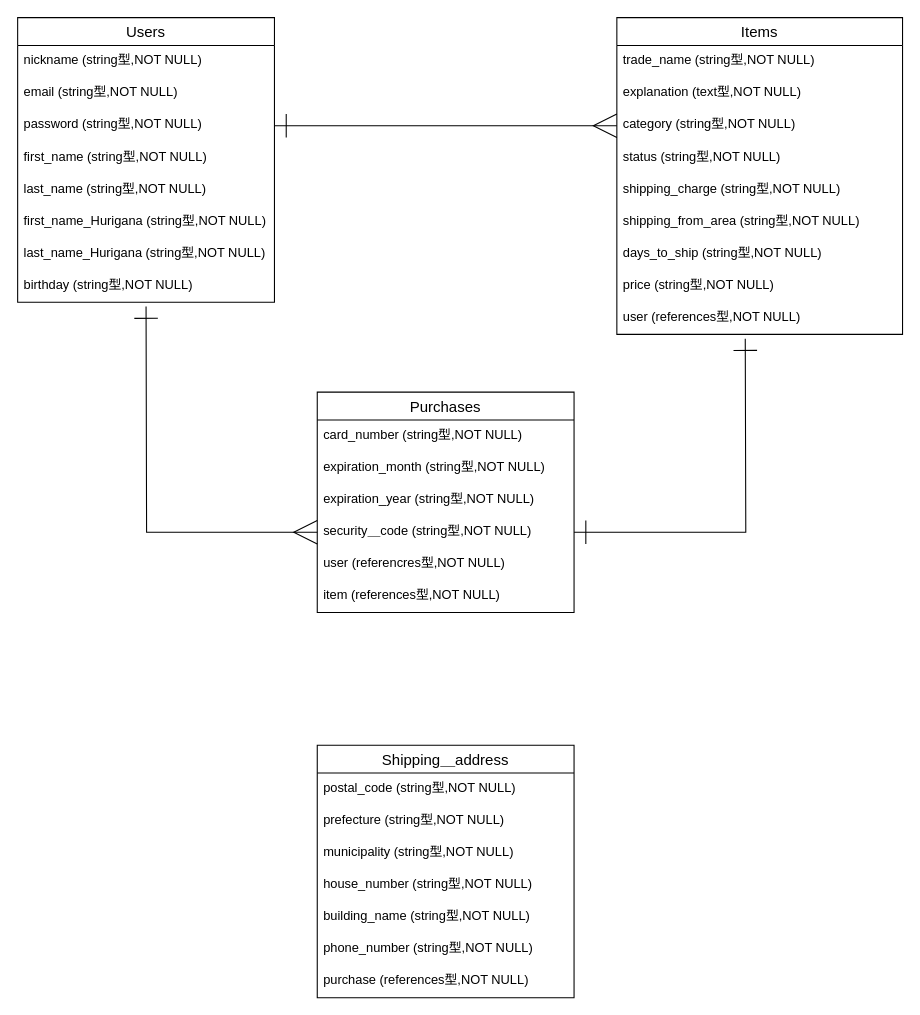
This is ER.dio from MN0607/furima-35359, a draw.io file, before an edit. Source tidied: cells renumbered, new cells numbered last; positions are measured from the earlier drawing's top-left corner, leaving out a move shared by most shapes. Both pictures are drawn from the tidied source at 107%, with x=0, y=0 at pixel (17, 17).
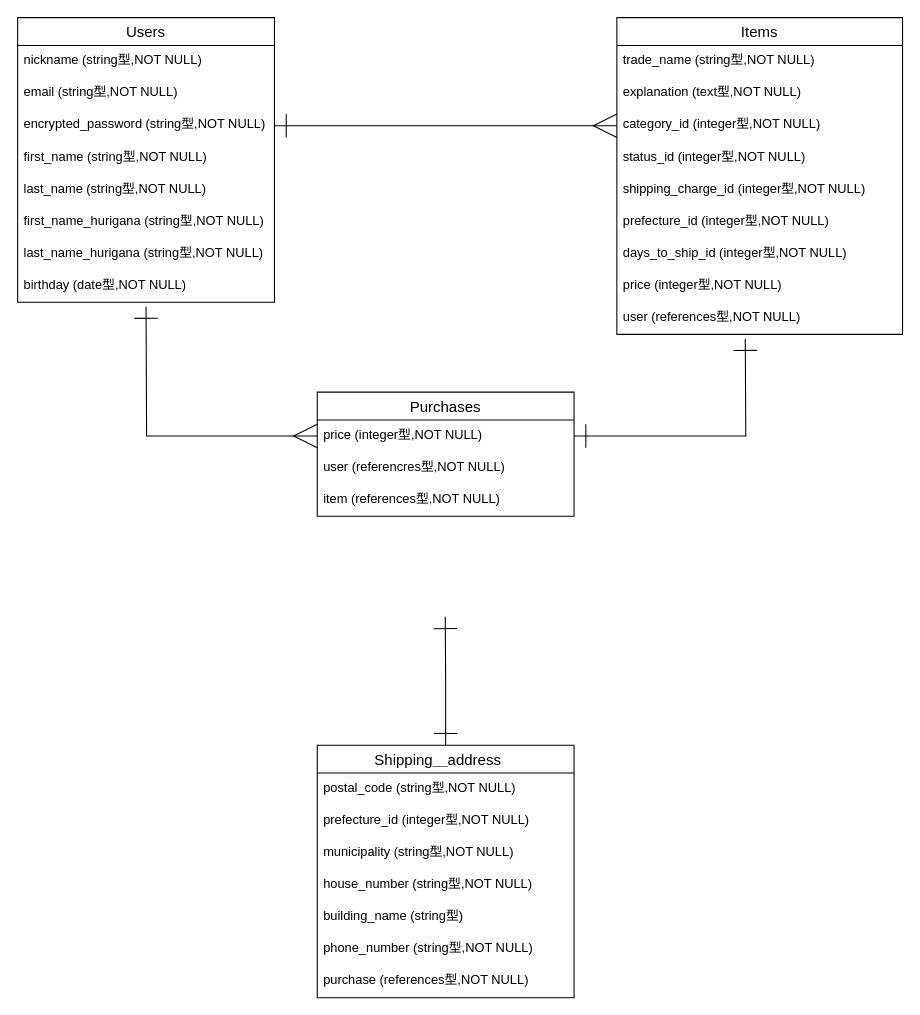
After the change.

Commit message (it also covers changes not shown here):
【修正1】ER図、README作成

Unchanged cells that the change refers to:
```xml
<mxCell id="2" value="Users" style="swimlane;fontStyle=0;horizontal=1;startSize=26;align=center;fontSize=14;" parent="1" vertex="1">
  <mxGeometry width="240" height="266" as="geometry" />
</mxCell>
<mxCell id="26" value="Items" style="swimlane;fontStyle=0;horizontal=1;startSize=26;align=center;fontSize=14;" parent="1" vertex="1">
  <mxGeometry x="560" width="267" height="296" as="geometry" />
</mxCell>
```

Diff of the diagram source:
```diff
@@
-    <mxCell id="5" value="password (string型,NOT NULL)" style="text;strokeColor=none;fillColor=none;spacingLeft=4;spacingRight=4;overflow=hidden;points=[[0,0.5],[1,0.5]];portConstraint=eastwest;fontSize=12;" parent="2" vertex="1">
+    <mxCell id="5" value="encrypted_password (string型,NOT NULL)" style="text;strokeColor=none;fillColor=none;spacingLeft=4;spacingRight=4;overflow=hidden;points=[[0,0.5],[1,0.5]];portConstraint=eastwest;fontSize=12;" parent="2" vertex="1">
       <mxGeometry y="86" width="240" height="30" as="geometry" />
     </mxCell>
@@
-    <mxCell id="8" value="first_name_Hurigana (string型,NOT NULL)" style="text;strokeColor=none;fillColor=none;spacingLeft=4;spacingRight=4;overflow=hidden;fontSize=12;rounded=0;" parent="2" vertex="1">
+    <mxCell id="8" value="first_name_hurigana (string型,NOT NULL)" style="text;strokeColor=none;fillColor=none;spacingLeft=4;spacingRight=4;overflow=hidden;fontSize=12;rounded=0;" parent="2" vertex="1">
       <mxGeometry y="176" width="240" height="30" as="geometry" />
     </mxCell>
-    <mxCell id="9" value="last_name_Hurigana (string型,NOT NULL)" style="text;strokeColor=none;fillColor=none;spacingLeft=4;spacingRight=4;overflow=hidden;fontSize=12;rounded=0;" parent="2" vertex="1">
+    <mxCell id="9" value="last_name_hurigana (string型,NOT NULL)" style="text;strokeColor=none;fillColor=none;spacingLeft=4;spacingRight=4;overflow=hidden;fontSize=12;rounded=0;" parent="2" vertex="1">
       <mxGeometry y="206" width="240" height="30" as="geometry" />
     </mxCell>
-    <mxCell id="10" value="birthday (string型,NOT NULL)" style="text;strokeColor=none;fillColor=none;spacingLeft=4;spacingRight=4;overflow=hidden;fontSize=12;rounded=0;" parent="2" vertex="1">
+    <mxCell id="10" value="birthday (date型,NOT NULL)" style="text;strokeColor=none;fillColor=none;spacingLeft=4;spacingRight=4;overflow=hidden;fontSize=12;rounded=0;" parent="2" vertex="1">
       <mxGeometry y="236" width="240" height="30" as="geometry" />
     </mxCell>
+    <mxCell id="39" style="edgeStyle=orthogonalEdgeStyle;rounded=0;jettySize=auto;html=1;exitX=0.5;exitY=0;exitDx=0;exitDy=0;startArrow=ERone;startFill=0;endArrow=ERone;endFill=0;startSize=20;endSize=20;targetPerimeterSpacing=0;strokeWidth=1;" parent="1" edge="1" source="11">
+      <mxGeometry relative="1" as="geometry">
+        <mxPoint x="399.6" y="560" as="targetPoint" />
+      </mxGeometry>
+    </mxCell>
-    <mxCell id="11" value="Shipping＿address" style="swimlane;fontStyle=0;horizontal=1;startSize=26;align=center;fontSize=14;" parent="1" vertex="1">
+    <mxCell id="11" value="Shipping＿address　" style="swimlane;fontStyle=0;horizontal=1;startSize=26;align=center;fontSize=14;" parent="1" vertex="1">
       <mxGeometry x="280" y="680" width="240" height="236" as="geometry" />
     </mxCell>
@@
-    <mxCell id="13" value="prefecture (string型,NOT NULL)" style="text;strokeColor=none;fillColor=none;spacingLeft=4;spacingRight=4;overflow=hidden;fontSize=12;" parent="11" vertex="1">
+    <mxCell id="13" value="prefecture_id (integer型,NOT NULL)" style="text;strokeColor=none;fillColor=none;spacingLeft=4;spacingRight=4;overflow=hidden;fontSize=12;" parent="11" vertex="1">
       <mxGeometry y="56" width="240" height="30" as="geometry" />
     </mxCell>
@@
-    <mxCell id="16" value="building_name (string型,NOT NULL)" style="text;strokeColor=none;fillColor=none;spacingLeft=4;spacingRight=4;overflow=hidden;fontSize=12;" parent="11" vertex="1">
+    <mxCell id="16" value="building_name (string型)" style="text;strokeColor=none;fillColor=none;spacingLeft=4;spacingRight=4;overflow=hidden;fontSize=12;" parent="11" vertex="1">
       <mxGeometry y="146" width="240" height="30" as="geometry" />
     </mxCell>
@@
     <mxCell id="19" value="Purchases" style="swimlane;fontStyle=0;horizontal=1;startSize=26;align=center;fontSize=14;" parent="1" vertex="1">
-      <mxGeometry x="280" y="350" width="240" height="206" as="geometry" />
+      <mxGeometry x="280" y="350" width="240" height="116" as="geometry" />
     </mxCell>
-    <mxCell id="20" value="card_number (string型,NOT NULL)" style="text;strokeColor=none;fillColor=none;spacingLeft=4;spacingRight=4;overflow=hidden;fontSize=12;" parent="19" vertex="1">
-      <mxGeometry y="26" width="240" height="30" as="geometry" />
-    </mxCell>
-    <mxCell id="21" value="expiration_month (string型,NOT NULL)" style="text;strokeColor=none;fillColor=none;spacingLeft=4;spacingRight=4;overflow=hidden;fontSize=12;" parent="19" vertex="1">
-      <mxGeometry y="56" width="240" height="30" as="geometry" />
-    </mxCell>
-    <mxCell id="22" value="expiration_year (string型,NOT NULL)" style="text;strokeColor=none;fillColor=none;spacingLeft=4;spacingRight=4;overflow=hidden;fontSize=12;" parent="19" vertex="1">
-      <mxGeometry y="86" width="240" height="30" as="geometry" />
-    </mxCell>
-    <mxCell id="23" value="security＿code (string型,NOT NULL)" style="text;strokeColor=none;fillColor=none;spacingLeft=4;spacingRight=4;overflow=hidden;points=[[0,0.5],[1,0.5]];portConstraint=eastwest;fontSize=12;" parent="19" vertex="1">
-      <mxGeometry y="116" width="240" height="30" as="geometry" />
+    <mxCell id="23" value="price (integer型,NOT NULL)" style="text;strokeColor=none;fillColor=none;spacingLeft=4;spacingRight=4;overflow=hidden;points=[[0,0.5],[1,0.5]];portConstraint=eastwest;fontSize=12;" parent="19" vertex="1">
+      <mxGeometry y="26" width="240" height="30" as="geometry" />
     </mxCell>
     <mxCell id="24" value="user (referencres型,NOT NULL)" style="text;strokeColor=none;fillColor=none;spacingLeft=4;spacingRight=4;overflow=hidden;fontSize=12;" parent="19" vertex="1">
-      <mxGeometry y="146" width="240" height="30" as="geometry" />
+      <mxGeometry y="56" width="240" height="30" as="geometry" />
     </mxCell>
     <mxCell id="25" value="item (references型,NOT NULL)" style="text;strokeColor=none;fillColor=none;spacingLeft=4;spacingRight=4;overflow=hidden;fontSize=12;" parent="19" vertex="1">
-      <mxGeometry y="176" width="240" height="30" as="geometry" />
+      <mxGeometry y="86" width="240" height="30" as="geometry" />
     </mxCell>
@@
-    <mxCell id="29" value="category (string型,NOT NULL)" style="text;strokeColor=none;fillColor=none;spacingLeft=4;spacingRight=4;overflow=hidden;points=[[0,0.5],[1,0.5]];portConstraint=eastwest;fontSize=12;" parent="26" vertex="1">
+    <mxCell id="29" value="category_id (integer型,NOT NULL)" style="text;strokeColor=none;fillColor=none;spacingLeft=4;spacingRight=4;overflow=hidden;points=[[0,0.5],[1,0.5]];portConstraint=eastwest;fontSize=12;" parent="26" vertex="1">
       <mxGeometry y="86" width="267" height="30" as="geometry" />
     </mxCell>
-    <mxCell id="30" value="status (string型,NOT NULL)" style="text;strokeColor=none;fillColor=none;spacingLeft=4;spacingRight=4;overflow=hidden;fontSize=12;" parent="26" vertex="1">
+    <mxCell id="30" value="status_id (integer型,NOT NULL)" style="text;strokeColor=none;fillColor=none;spacingLeft=4;spacingRight=4;overflow=hidden;fontSize=12;" parent="26" vertex="1">
       <mxGeometry y="116" width="267" height="30" as="geometry" />
     </mxCell>
-    <mxCell id="31" value="shipping_charge (string型,NOT NULL)" style="text;strokeColor=none;fillColor=none;spacingLeft=4;spacingRight=4;overflow=hidden;fontSize=12;" parent="26" vertex="1">
+    <mxCell id="31" value="shipping_charge_id (integer型,NOT NULL)" style="text;strokeColor=none;fillColor=none;spacingLeft=4;spacingRight=4;overflow=hidden;fontSize=12;" parent="26" vertex="1">
       <mxGeometry y="146" width="267" height="30" as="geometry" />
     </mxCell>
-    <mxCell id="32" value="shipping_from_area (string型,NOT NULL)" style="text;strokeColor=none;fillColor=none;spacingLeft=4;spacingRight=4;overflow=hidden;fontSize=12;" parent="26" vertex="1">
+    <mxCell id="32" value="prefecture_id (integer型,NOT NULL)" style="text;strokeColor=none;fillColor=none;spacingLeft=4;spacingRight=4;overflow=hidden;fontSize=12;" parent="26" vertex="1">
       <mxGeometry y="176" width="267" height="30" as="geometry" />
     </mxCell>
-    <mxCell id="33" value="days_to_ship (string型,NOT NULL)" style="text;strokeColor=none;fillColor=none;spacingLeft=4;spacingRight=4;overflow=hidden;fontSize=12;" parent="26" vertex="1">
+    <mxCell id="33" value="days_to_ship_id (integer型,NOT NULL)" style="text;strokeColor=none;fillColor=none;spacingLeft=4;spacingRight=4;overflow=hidden;fontSize=12;" parent="26" vertex="1">
       <mxGeometry y="206" width="267" height="30" as="geometry" />
     </mxCell>
-    <mxCell id="34" value="price (string型,NOT NULL)" style="text;strokeColor=none;fillColor=none;spacingLeft=4;spacingRight=4;overflow=hidden;fontSize=12;" parent="26" vertex="1">
+    <mxCell id="34" value="price (integer型,NOT NULL)" style="text;strokeColor=none;fillColor=none;spacingLeft=4;spacingRight=4;overflow=hidden;fontSize=12;" parent="26" vertex="1">
       <mxGeometry y="236" width="267" height="30" as="geometry" />
     </mxCell>
```
